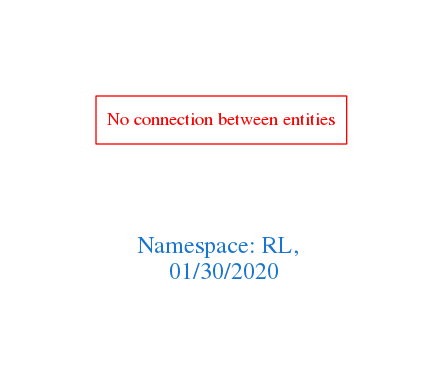
The Graphviz diagram downloads/RL.png in arago/OGIT, before a commit. Its source is kept beside it as downloads/RL.dot.
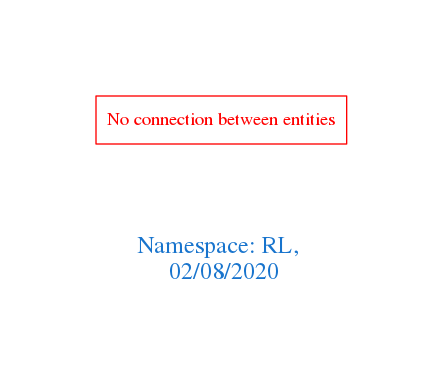
After the commit.

The edit, as a diff of the source:
```diff
@@ -1,7 +1,7 @@
 digraph OGIT_ontology {
  graph [ rankdir= LR,pad=1
 fontsize = 18,
-fontcolor= dodgerblue3,label = "\n\n\nNamespace: RL, \n 01/30/2020"];
+fontcolor= dodgerblue3,label = "\n\n\nNamespace: RL, \n 02/08/2020"];
 node[shape=polygon];
 edge [  color="gray81"];
 
```
